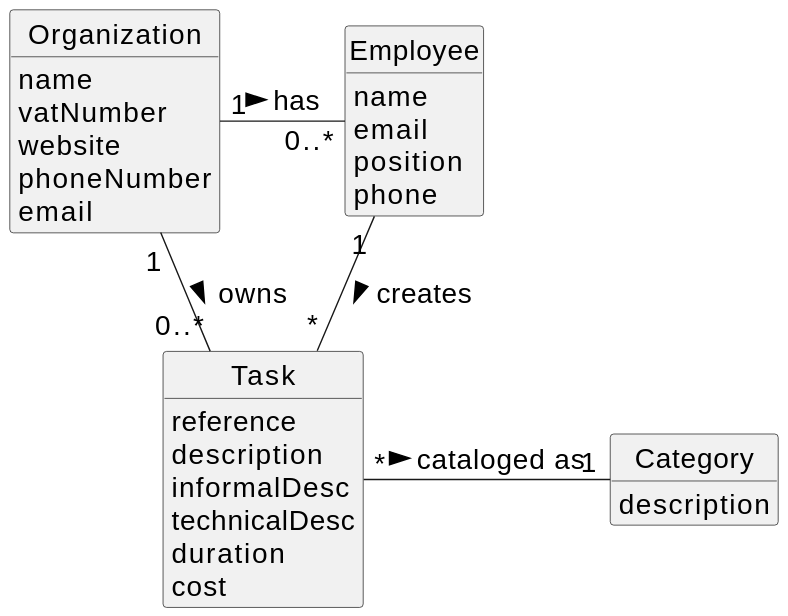
The PlantUML diagram docs/sprintA&B&C/us020/02.analysis/svg/us020-domain-model.svg in daniel41silva05/ISEP_2023_2024_LAPR2, before a commit.
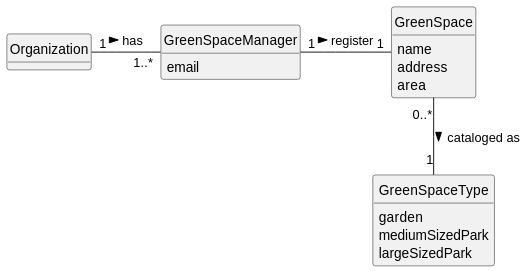
The same file after the commit.

Commit message:
US020 - domain model

The edit, as a diff of the source:
```diff
@@ -1,5 +1,4 @@
 @startuml
-skinparamlocked defaultFontSize 20
 skinparam monochrome true
 skinparam packageStyle rectangle
 skinparam shadowing false
@@ -10,39 +9,27 @@
 hide circle
 hide methods
 
+class Organization {
+}
 
-
-class Organization {
-    name
-    vatNumber
-    website
-    phoneNumber
+class GreenSpaceManager {
     email
 }
 
-class Task {
-    reference
-    description
-    informalDesc
-    technicalDesc
-    duration
-    cost
+class GreenSpace {
+    name
+    address
+    area
 }
 
-class Category {
-    description
-}
-
-class Employee {
-    name
-    email
-    position
-    phone
+class GreenSpaceType {
+    garden
+    mediumSizedPark
+    largeSizedPark
 }
 
 
-Organization "1" - "0..*" Employee : has >
-Organization "1" - "0..*" Task: owns >
-Employee "1" -- "*" Task : creates >
-Task "*" - "1" Category: cataloged as >
+Organization "1" - "1..*" GreenSpaceManager : has >
+GreenSpaceManager "1" - "1" GreenSpace: register >
+GreenSpace "0..*" -- "1" GreenSpaceType : cataloged as >
 @enduml
```
